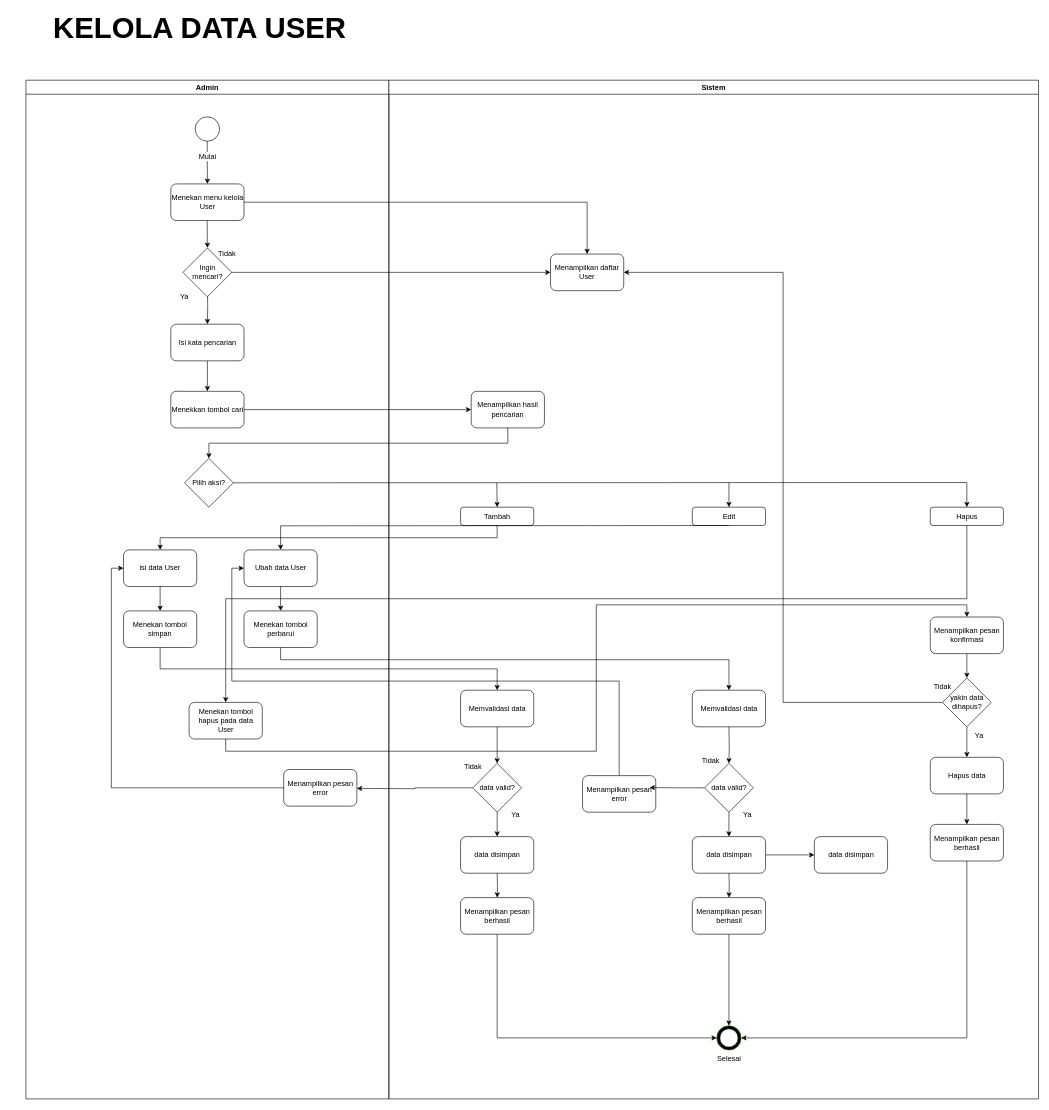
Above: page "Kelola data user" (3 of 11) of Diagram Tanpa Judul.drawio in sintaannisa/Aplikasi-Peminjaman-Alat (draw.io), before the change. Source tidied: cells renumbered, new cells numbered last; positions are measured from the earlier drawing's top-left corner, leaving out a move shared by most shapes. Both pictures are drawn from the tidied source at 61%, with x=0, y=0 at pixel (10, 19).
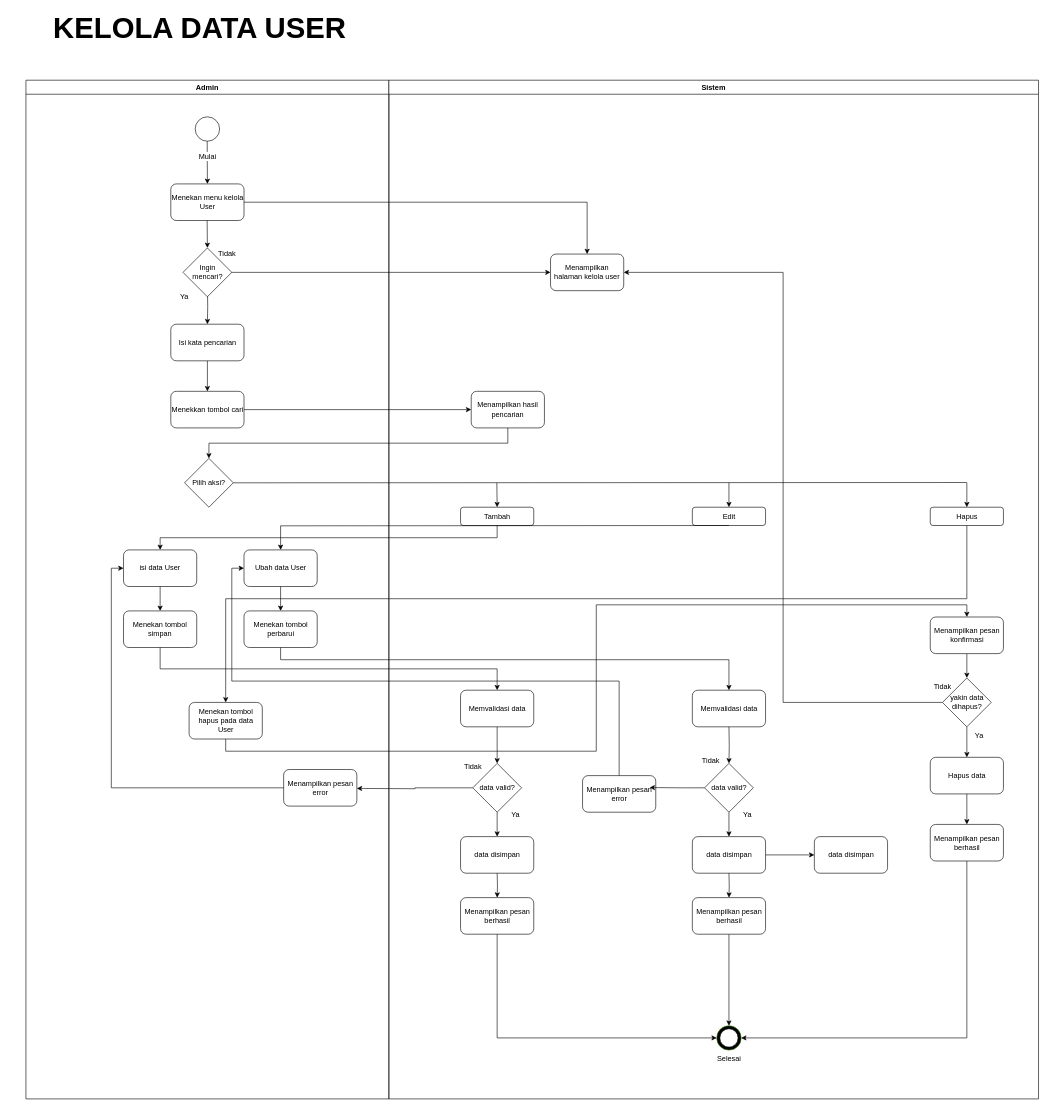
The same diagram, later.

The change refers to these unchanged cells:
```xml
<mxCell id="20" value="Sistem" style="swimlane;whiteSpace=wrap;html=1;" parent="1" vertex="1">
  <mxGeometry x="620" y="100" width="1065" height="1670" as="geometry" />
</mxCell>
```

What changed in the source:
```diff
@@
-    <mxCell id="21" value="Menampilkan daftar User" style="rounded=1;whiteSpace=wrap;html=1;" parent="20" vertex="1">
+    <mxCell id="21" value="Menampilkan halaman kelola user" style="rounded=1;whiteSpace=wrap;html=1;" parent="20" vertex="1">
       <mxGeometry x="265" y="285" width="120" height="60" as="geometry" />
     </mxCell>
```
